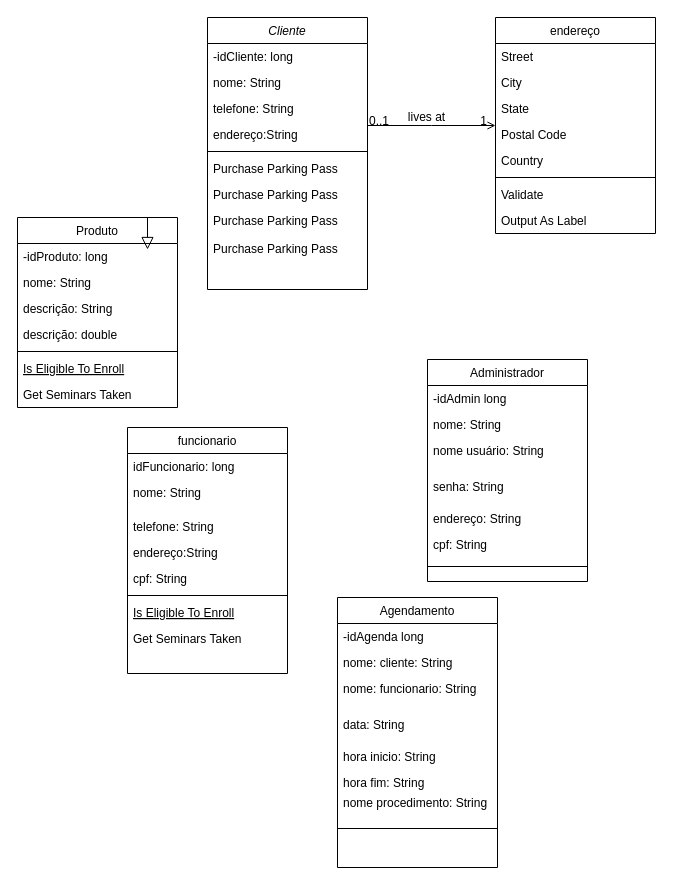
Above: Diagrama sem nome.drawio in FelipeSoares01/JAVA-PROJETOS (draw.io), before the change. Source tidied: cells renumbered, new cells numbered last; positions are measured from the earlier drawing's top-left corner, leaving out a move shared by most shapes. Both pictures are drawn from the tidied source at 100%, with x=0, y=0 at pixel (17, 17).
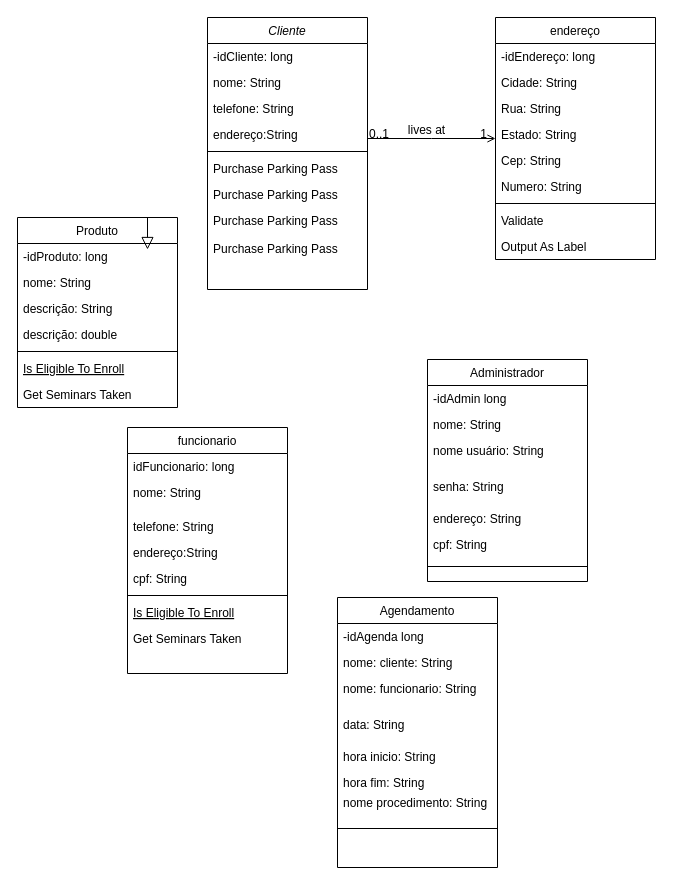
Above is the later version.

What changed in the source:
```diff
@@
     <mxCell id="29" value="endereço" style="swimlane;fontStyle=0;align=center;verticalAlign=top;horizontal=1;startSize=26;rounded=0;shadow=0;strokeWidth=1;" parent="1" vertex="1">
-      <mxGeometry x="478" width="160" height="216" as="geometry" />
+      <mxGeometry x="478" width="160" height="242" as="geometry" />
     </mxCell>
-    <mxCell id="30" value="Street" style="text;align=left;verticalAlign=top;spacingLeft=4;spacingRight=4;overflow=hidden;" parent="29" vertex="1">
+    <mxCell id="30" value="-idEndereço: long" style="text;align=left;verticalAlign=top;spacingLeft=4;spacingRight=4;overflow=hidden;" parent="29" vertex="1">
       <mxGeometry y="26" width="160" height="26" as="geometry" />
     </mxCell>
-    <mxCell id="31" value="City" style="text;align=left;verticalAlign=top;spacingLeft=4;spacingRight=4;overflow=hidden;rounded=0;shadow=0;html=0;" parent="29" vertex="1">
+    <mxCell id="31" value="Cidade: String" style="text;align=left;verticalAlign=top;spacingLeft=4;spacingRight=4;overflow=hidden;rounded=0;shadow=0;html=0;" parent="29" vertex="1">
       <mxGeometry y="52" width="160" height="26" as="geometry" />
     </mxCell>
+    <mxCell id="60" value="Rua: String" style="text;align=left;verticalAlign=top;spacingLeft=4;spacingRight=4;overflow=hidden;rounded=0;shadow=0;html=0;" parent="29" vertex="1">
+      <mxGeometry y="78" width="160" height="26" as="geometry" />
+    </mxCell>
-    <mxCell id="32" value="State" style="text;align=left;verticalAlign=top;spacingLeft=4;spacingRight=4;overflow=hidden;rounded=0;shadow=0;html=0;" parent="29" vertex="1">
-      <mxGeometry y="78" width="160" height="26" as="geometry" />
+    <mxCell id="32" value="Estado: String" style="text;align=left;verticalAlign=top;spacingLeft=4;spacingRight=4;overflow=hidden;rounded=0;shadow=0;html=0;" parent="29" vertex="1">
+      <mxGeometry y="104" width="160" height="26" as="geometry" />
     </mxCell>
-    <mxCell id="33" value="Postal Code" style="text;align=left;verticalAlign=top;spacingLeft=4;spacingRight=4;overflow=hidden;rounded=0;shadow=0;html=0;" parent="29" vertex="1">
-      <mxGeometry y="104" width="160" height="26" as="geometry" />
+    <mxCell id="33" value="Cep: String" style="text;align=left;verticalAlign=top;spacingLeft=4;spacingRight=4;overflow=hidden;rounded=0;shadow=0;html=0;" parent="29" vertex="1">
+      <mxGeometry y="130" width="160" height="26" as="geometry" />
     </mxCell>
-    <mxCell id="34" value="Country" style="text;align=left;verticalAlign=top;spacingLeft=4;spacingRight=4;overflow=hidden;rounded=0;shadow=0;html=0;" parent="29" vertex="1">
-      <mxGeometry y="130" width="160" height="26" as="geometry" />
-    </mxCell>
+    <mxCell id="61" value="Numero: String" style="text;align=left;verticalAlign=top;spacingLeft=4;spacingRight=4;overflow=hidden;rounded=0;shadow=0;html=0;" parent="29" vertex="1">
+      <mxGeometry y="156" width="160" height="26" as="geometry" />
+    </mxCell>
     <mxCell id="35" style="line;html=1;strokeWidth=1;align=left;verticalAlign=middle;spacingTop=-1;spacingLeft=3;spacingRight=3;labelPosition=right;" parent="29" vertex="1">
-      <mxGeometry y="156" width="160" height="8" as="geometry" />
+      <mxGeometry y="182" width="160" height="8" as="geometry" />
     </mxCell>
     <mxCell id="36" value="Validate" style="text;align=left;verticalAlign=top;spacingLeft=4;spacingRight=4;overflow=hidden;" parent="29" vertex="1">
-      <mxGeometry y="164" width="160" height="26" as="geometry" />
+      <mxGeometry y="190" width="160" height="26" as="geometry" />
     </mxCell>
     <mxCell id="37" value="Output As Label" style="text;align=left;verticalAlign=top;spacingLeft=4;spacingRight=4;overflow=hidden;" parent="29" vertex="1">
-      <mxGeometry y="190" width="160" height="26" as="geometry" />
+      <mxGeometry y="216" width="160" height="26" as="geometry" />
     </mxCell>
```
